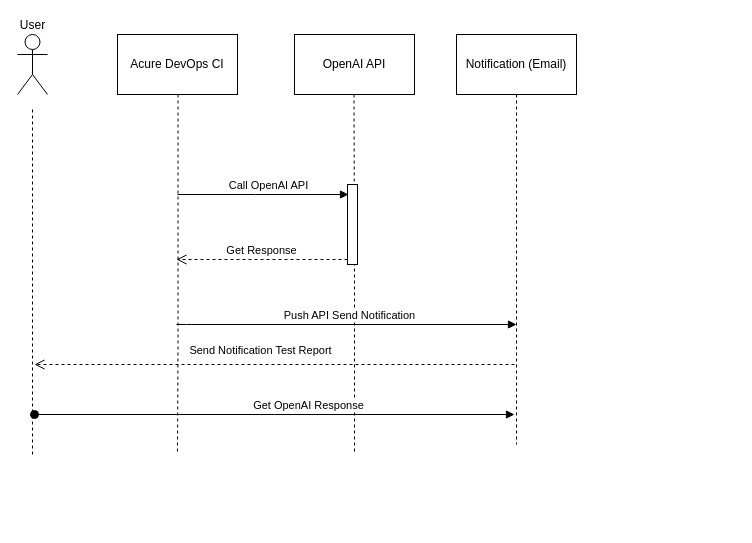
Before: chatGPT interaction.drawio in apencoreply/FunctionFiDel, a draw.io diagram. Source tidied: cells renumbered, new cells numbered last; positions are measured from the earlier drawing's top-left corner, leaving out a move shared by most shapes. Both pictures are drawn from the tidied source at 100%, with x=0, y=0 at pixel (17, 34).
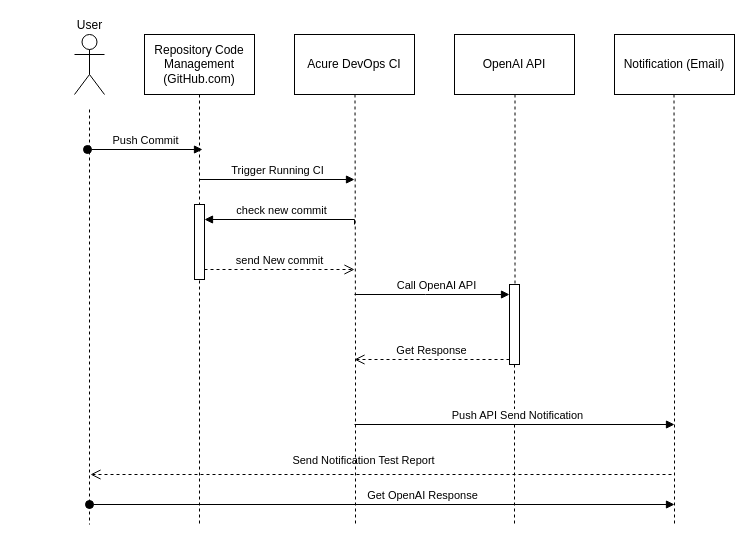
The same page after the edit.

The edit, as a diff of the source:
```diff
@@
     <mxCell id="2" value="User" style="shape=umlActor;verticalLabelPosition=top;verticalAlign=bottom;html=1;labelPosition=center;align=center;" parent="1" vertex="1">
-      <mxGeometry width="30" height="60" as="geometry" />
+      <mxGeometry x="57" width="30" height="60" as="geometry" />
     </mxCell>
-    <mxCell id="3" value="Acure DevOps CI" style="whiteSpace=wrap;html=1;" parent="1" vertex="1">
-      <mxGeometry x="100" width="120" height="60" as="geometry" />
+    <mxCell id="3" value="OpenAI API" style="whiteSpace=wrap;html=1;" parent="1" vertex="1">
+      <mxGeometry x="437" width="120" height="60" as="geometry" />
     </mxCell>
-    <mxCell id="4" value="OpenAI API" style="whiteSpace=wrap;html=1;" parent="1" vertex="1">
-      <mxGeometry x="277" width="120" height="60" as="geometry" />
+    <mxCell id="4" value="Notification (Email)" style="whiteSpace=wrap;html=1;" parent="1" vertex="1">
+      <mxGeometry x="597" width="120" height="60" as="geometry" />
     </mxCell>
-    <mxCell id="5" style="edgeStyle=orthogonalEdgeStyle;rounded=0;orthogonalLoop=1;jettySize=auto;html=1;dashed=1;endArrow=none;endFill=0;" parent="1" edge="1">
+    <mxCell id="5" style="edgeStyle=orthogonalEdgeStyle;rounded=0;jettySize=auto;html=1;dashed=1;endArrow=none;endFill=0;" parent="1" edge="1" source="8">
       <mxGeometry relative="1" as="geometry">
-        <mxPoint x="160.5" y="60" as="sourcePoint" />
-        <mxPoint x="160" y="420" as="targetPoint" />
+        <mxPoint x="497" y="490" as="targetPoint" />
         <Array as="points">
-          <mxPoint x="161" y="315" />
-          <mxPoint x="160" y="420" />
+          <mxPoint x="498" y="315" />
+          <mxPoint x="497" y="420" />
         </Array>
       </mxGeometry>
     </mxCell>
     <mxCell id="6" style="edgeStyle=orthogonalEdgeStyle;rounded=0;orthogonalLoop=1;jettySize=auto;html=1;dashed=1;endArrow=none;endFill=0;" parent="1" edge="1">
       <mxGeometry relative="1" as="geometry">
-        <mxPoint x="15" y="75" as="sourcePoint" />
-        <mxPoint x="15" y="420" as="targetPoint" />
+        <mxPoint x="72" y="75" as="sourcePoint" />
+        <mxPoint x="72" y="490" as="targetPoint" />
         <Array as="points">
-          <mxPoint x="15" y="75" />
+          <mxPoint x="72" y="75" />
         </Array>
       </mxGeometry>
     </mxCell>
     <mxCell id="7" style="edgeStyle=orthogonalEdgeStyle;rounded=0;orthogonalLoop=1;jettySize=auto;html=1;dashed=1;endArrow=none;endFill=0;" parent="1" edge="1">
       <mxGeometry relative="1" as="geometry">
-        <mxPoint x="336.5" y="60" as="sourcePoint" />
-        <mxPoint x="337" y="420" as="targetPoint" />
+        <mxPoint x="656.5" y="60" as="sourcePoint" />
+        <mxPoint x="657" y="490" as="targetPoint" />
       </mxGeometry>
     </mxCell>
-    <mxCell id="8" style="html=1;points=[];perimeter=orthogonalPerimeter;outlineConnect=0;targetShapes=umlLifeline;portConstraint=eastwest;newEdgeStyle={&quot;edgeStyle&quot;:&quot;elbowEdgeStyle&quot;,&quot;elbow&quot;:&quot;vertical&quot;,&quot;curved&quot;:0,&quot;rounded&quot;:0};" parent="1" vertex="1">
-      <mxGeometry x="330" y="150" width="10" height="80" as="geometry" />
-    </mxCell>
-    <mxCell id="9" value="Call OpenAI API" style="html=1;verticalAlign=bottom;endArrow=block;edgeStyle=elbowEdgeStyle;elbow=vertical;curved=0;rounded=0;" parent="1" edge="1">
+    <mxCell id="9" value="Call OpenAI API" style="html=1;verticalAlign=bottom;endArrow=block;edgeStyle=elbowEdgeStyle;elbow=vertical;curved=0;rounded=0;" parent="1" edge="1" target="8">
       <mxGeometry x="0.06" relative="1" as="geometry">
-        <mxPoint x="160" y="160" as="sourcePoint" />
-        <mxPoint x="331" y="160" as="targetPoint" />
+        <mxPoint x="337" y="260" as="sourcePoint" />
         <Array as="points">
-          <mxPoint x="238" y="160" />
-          <mxPoint x="559" y="155" />
+          <mxPoint x="408" y="260" />
+          <mxPoint x="729" y="255" />
         </Array>
       </mxGeometry>
     </mxCell>
     <mxCell id="10" value="Get Response" style="html=1;verticalAlign=bottom;endArrow=open;dashed=1;endSize=8;edgeStyle=elbowEdgeStyle;elbow=vertical;curved=0;rounded=0;" parent="1" edge="1" source="8">
       <mxGeometry relative="1" as="geometry">
-        <mxPoint x="159" y="225" as="targetPoint" />
+        <mxPoint x="337" y="325" as="targetPoint" />
       </mxGeometry>
     </mxCell>
-    <mxCell id="11" value="Notification (Email)" style="whiteSpace=wrap;html=1;" parent="1" vertex="1">
-      <mxGeometry x="439" width="120" height="60" as="geometry" />
-    </mxCell>
-    <mxCell id="12" style="edgeStyle=orthogonalEdgeStyle;rounded=0;orthogonalLoop=1;jettySize=auto;html=1;dashed=1;endArrow=none;endFill=0;" parent="1" edge="1">
-      <mxGeometry relative="1" as="geometry">
-        <mxPoint x="499" y="60" as="sourcePoint" />
-        <mxPoint x="499" y="410" as="targetPoint" />
-      </mxGeometry>
-    </mxCell>
     <mxCell id="13" value="Push API Send Notification" style="html=1;verticalAlign=bottom;endArrow=block;edgeStyle=elbowEdgeStyle;elbow=vertical;curved=0;rounded=0;" parent="1" edge="1">
       <mxGeometry x="0.02" relative="1" as="geometry">
-        <mxPoint x="159" y="290" as="sourcePoint" />
-        <mxPoint x="499" y="290" as="targetPoint" />
+        <mxPoint x="337" y="390" as="sourcePoint" />
+        <mxPoint x="657" y="390" as="targetPoint" />
         <Array as="points">
-          <mxPoint x="169" y="290" />
+          <mxPoint x="337" y="390" />
         </Array>
       </mxGeometry>
     </mxCell>
     <mxCell id="14" value="Send Notification Test Report" style="html=1;verticalAlign=bottom;endArrow=open;dashed=1;endSize=8;edgeStyle=elbowEdgeStyle;elbow=vertical;curved=0;rounded=0;" parent="1" edge="1">
       <mxGeometry x="0.06" y="-5" relative="1" as="geometry">
-        <mxPoint x="497" y="330" as="sourcePoint" />
-        <mxPoint x="17" y="330" as="targetPoint" />
+        <mxPoint x="654" y="440" as="sourcePoint" />
+        <mxPoint x="73" y="440" as="targetPoint" />
       </mxGeometry>
     </mxCell>
     <mxCell id="15" value="Get OpenAI Response" style="html=1;verticalAlign=bottom;startArrow=oval;startFill=1;endArrow=block;startSize=8;edgeStyle=elbowEdgeStyle;elbow=vertical;curved=0;rounded=0;" parent="1" edge="1">
       <mxGeometry x="0.14" relative="1" as="geometry">
-        <mxPoint x="17" y="380" as="sourcePoint" />
-        <mxPoint x="497" y="380" as="targetPoint" />
+        <mxPoint x="72" y="470" as="sourcePoint" />
+        <mxPoint x="657" y="470" as="targetPoint" />
       </mxGeometry>
     </mxCell>
+    <mxCell id="16" style="edgeStyle=orthogonalEdgeStyle;rounded=0;jettySize=auto;html=1;dashed=1;endArrow=none;endFill=0;" parent="1" edge="1" source="17">
+      <mxGeometry relative="1" as="geometry">
+        <mxPoint x="182" y="490" as="targetPoint" />
+        <Array as="points">
+          <mxPoint x="182" y="450" />
+          <mxPoint x="182" y="450" />
+        </Array>
+      </mxGeometry>
+    </mxCell>
+    <mxCell id="17" value="Repository Code Management (GitHub.com)" style="html=1;whiteSpace=wrap;" parent="1" vertex="1">
+      <mxGeometry x="127" width="110" height="60" as="geometry" />
+    </mxCell>
+    <mxCell id="18" value="Acure DevOps CI" style="whiteSpace=wrap;html=1;" parent="1" vertex="1">
+      <mxGeometry x="277" width="120" height="60" as="geometry" />
+    </mxCell>
+    <mxCell id="19" style="edgeStyle=orthogonalEdgeStyle;rounded=0;orthogonalLoop=1;jettySize=auto;html=1;dashed=1;endArrow=none;endFill=0;" parent="1" edge="1">
+      <mxGeometry relative="1" as="geometry">
+        <mxPoint x="337.5" y="60" as="sourcePoint" />
+        <mxPoint x="338" y="490" as="targetPoint" />
+        <Array as="points">
+          <mxPoint x="337" y="315" />
+          <mxPoint x="337" y="315" />
+        </Array>
+      </mxGeometry>
+    </mxCell>
+    <mxCell id="20" value="Push Commit" style="html=1;verticalAlign=bottom;startArrow=oval;startFill=1;endArrow=block;startSize=8;edgeStyle=elbowEdgeStyle;elbow=vertical;curved=0;rounded=0;" parent="1" edge="1">
+      <mxGeometry relative="1" as="geometry">
+        <mxPoint x="70" y="115" as="sourcePoint" />
+        <mxPoint x="185" y="115" as="targetPoint" />
+      </mxGeometry>
+    </mxCell>
+    <mxCell id="21" value="Trigger Running CI" style="html=1;verticalAlign=bottom;endArrow=block;edgeStyle=elbowEdgeStyle;elbow=vertical;curved=0;rounded=0;" parent="1" edge="1">
+      <mxGeometry relative="1" as="geometry">
+        <mxPoint x="182" y="145" as="sourcePoint" />
+        <mxPoint x="337" y="145" as="targetPoint" />
+      </mxGeometry>
+    </mxCell>
+    <mxCell id="22" style="html=1;points=[];perimeter=orthogonalPerimeter;outlineConnect=0;targetShapes=umlLifeline;portConstraint=eastwest;newEdgeStyle={&quot;edgeStyle&quot;:&quot;elbowEdgeStyle&quot;,&quot;elbow&quot;:&quot;vertical&quot;,&quot;curved&quot;:0,&quot;rounded&quot;:0};" parent="1" vertex="1">
+      <mxGeometry x="177" y="170" width="10" height="75" as="geometry" />
+    </mxCell>
+    <mxCell id="23" value="check new commit" style="html=1;verticalAlign=bottom;endArrow=block;edgeStyle=elbowEdgeStyle;elbow=vertical;curved=0;rounded=0;" parent="1" edge="1" target="22">
+      <mxGeometry relative="1" as="geometry">
+        <mxPoint x="337" y="190" as="sourcePoint" />
+        <Array as="points">
+          <mxPoint x="252" y="185" />
+        </Array>
+      </mxGeometry>
+    </mxCell>
+    <mxCell id="24" value="send New commit" style="html=1;verticalAlign=bottom;endArrow=open;dashed=1;endSize=8;edgeStyle=elbowEdgeStyle;elbow=vertical;curved=0;rounded=0;" parent="1" edge="1" source="22">
+      <mxGeometry relative="1" as="geometry">
+        <mxPoint x="337" y="235" as="targetPoint" />
+      </mxGeometry>
+    </mxCell>
+    <mxCell id="25" style="edgeStyle=orthogonalEdgeStyle;rounded=0;jettySize=auto;html=1;dashed=1;endArrow=none;endFill=0;" parent="1" edge="1" target="8">
+      <mxGeometry relative="1" as="geometry">
+        <mxPoint x="497.5" y="60" as="sourcePoint" />
+        <Array as="points">
+          <mxPoint x="497" y="230" />
+          <mxPoint x="497" y="230" />
+        </Array>
+      </mxGeometry>
+    </mxCell>
+    <mxCell id="8" style="html=1;points=[];perimeter=orthogonalPerimeter;outlineConnect=0;targetShapes=umlLifeline;portConstraint=eastwest;newEdgeStyle={&quot;edgeStyle&quot;:&quot;elbowEdgeStyle&quot;,&quot;elbow&quot;:&quot;vertical&quot;,&quot;curved&quot;:0,&quot;rounded&quot;:0};" parent="1" vertex="1">
+      <mxGeometry x="492" y="250" width="10" height="80" as="geometry" />
+    </mxCell>
```
